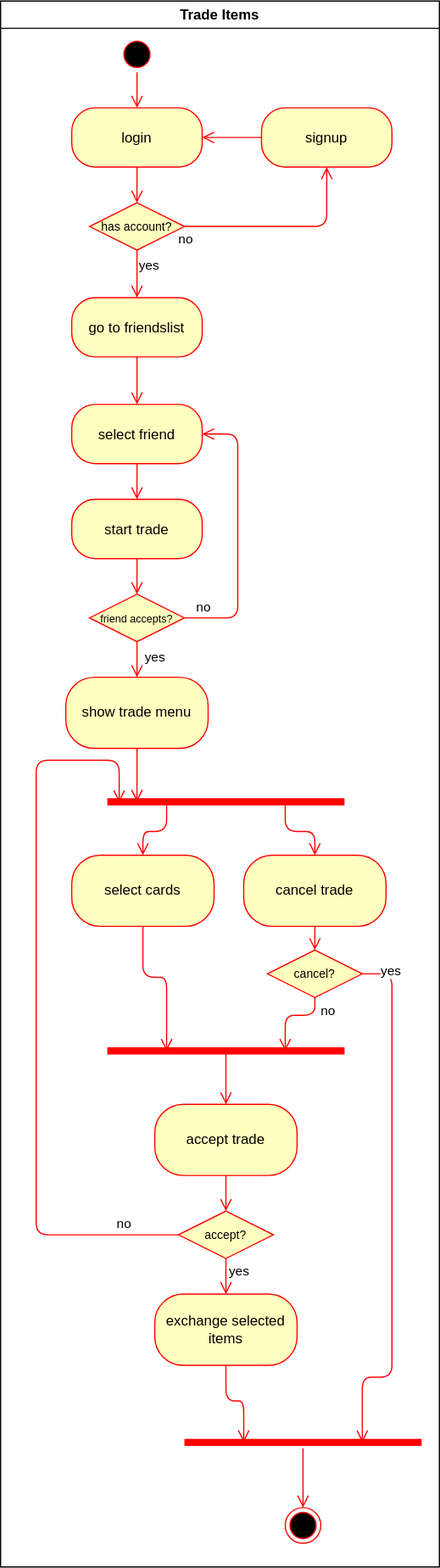
The draw.io diagram diagrams/activity_trade_items.drawio.svg in i3ene/decksterous, before a commit. Source tidied: cells renumbered, new cells last; positions are measured from the earlier drawing's top-left corner, leaving out a move shared by most shapes.
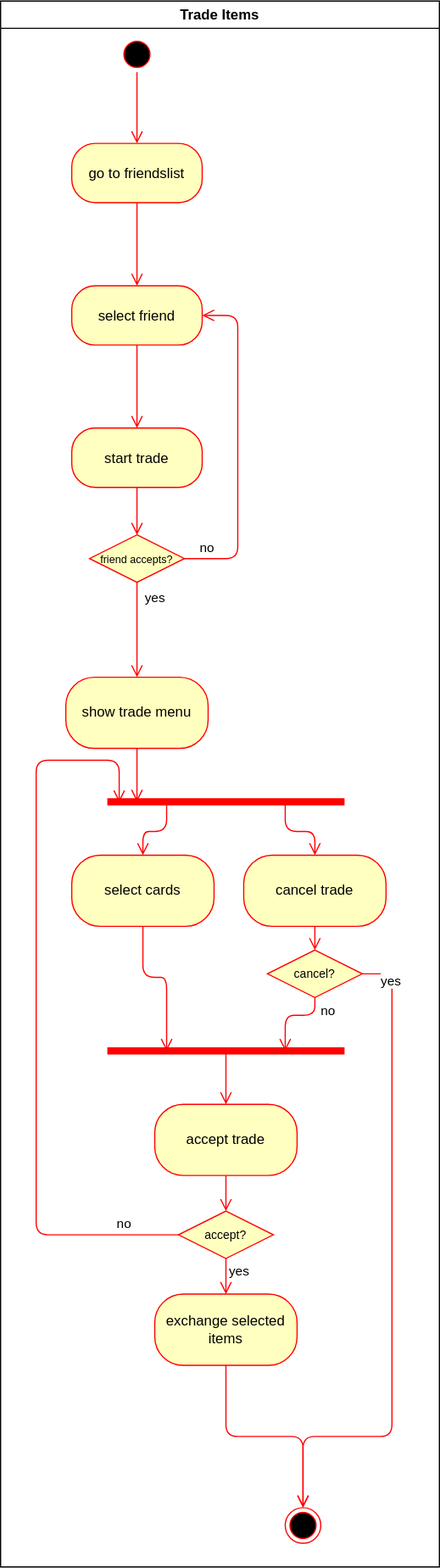
The same file after the commit.

What changed in the source:
```diff
@@ -8,42 +8,16 @@
     <mxCell id="3" style="ellipse;shape=startState;fillColor=#000000;strokeColor=#ff0000;" parent="2" vertex="1">
       <mxGeometry x="100" y="30" width="30" height="30" as="geometry" />
     </mxCell>
-    <mxCell id="4" value="login" style="perimeter=rectanglePerimeter;fillColor=#ffffc0;strokeColor=#ff0000;fontColor=#000000;rounded=1;arcSize=40;" parent="2" vertex="1">
-      <mxGeometry x="60" y="90" width="110" height="50" as="geometry" />
-    </mxCell>
     <mxCell id="5" style="edgeStyle=none;html=1;endArrow=open;align=left;verticalAlign=top;strokeColor=#ff0000;endSize=8;" parent="2" edge="1" source="6" target="18">
       <mxGeometry relative="1" as="geometry" />
     </mxCell>
     <mxCell id="6" value="go to friendslist" style="perimeter=rectanglePerimeter;fillColor=#ffffc0;strokeColor=#ff0000;fontColor=#000000;rounded=1;arcSize=40;" parent="2" vertex="1">
-      <mxGeometry x="60" y="250" width="110" height="50" as="geometry" />
+      <mxGeometry x="60" y="120" width="110" height="50" as="geometry" />
     </mxCell>
-    <mxCell id="7" value="signup" style="perimeter=rectanglePerimeter;fillColor=#ffffc0;strokeColor=#ff0000;fontColor=#000000;rounded=1;arcSize=40;" parent="2" vertex="1">
-      <mxGeometry x="220" y="90" width="110" height="50" as="geometry" />
-    </mxCell>
-    <mxCell id="8" value="&lt;font style=&quot;font-size: 10px&quot;&gt;has account?&lt;/font&gt;" style="rhombus;whiteSpace=wrap;html=1;fillColor=#ffffc0;strokeColor=#ff0000;" parent="2" vertex="1">
-      <mxGeometry x="75" y="170" width="80" height="40" as="geometry" />
-    </mxCell>
-    <mxCell id="9" value="yes" style="edgeStyle=orthogonalEdgeStyle;html=1;align=left;verticalAlign=top;endArrow=open;endSize=8;strokeColor=#ff0000;exitX=0.5;exitY=1;exitDx=0;exitDy=0;entryX=0.5;entryY=0;entryDx=0;entryDy=0;" parent="2" edge="1" source="8" target="6">
-      <mxGeometry x="-1" relative="1" as="geometry" />
-    </mxCell>
-    <mxCell id="10" style="edgeStyle=orthogonalEdgeStyle;html=1;align=left;verticalAlign=top;endArrow=open;endSize=8;strokeColor=#ff0000;exitX=1;exitY=0.5;exitDx=0;exitDy=0;entryX=0.5;entryY=1;entryDx=0;entryDy=0;" parent="2" edge="1" source="8" target="7">
-      <mxGeometry x="-1" relative="1" as="geometry" />
-    </mxCell>
-    <mxCell id="11" value="no" style="edgeLabel;html=1;align=center;verticalAlign=middle;" parent="10" vertex="1">
-      <mxGeometry x="-0.71" y="-1" relative="1" as="geometry">
-        <mxPoint x="-25" y="9" as="offset" />
-      </mxGeometry>
-    </mxCell>
-    <mxCell id="12" style="edgeStyle=orthogonalEdgeStyle;html=1;align=left;verticalAlign=top;endArrow=open;endSize=8;strokeColor=#ff0000;exitX=0;exitY=0.5;exitDx=0;exitDy=0;entryX=1;entryY=0.5;entryDx=0;entryDy=0;" parent="2" edge="1" source="7" target="4">
-      <mxGeometry x="-1" relative="1" as="geometry" />
-    </mxCell>
-    <mxCell id="13" style="edgeStyle=orthogonalEdgeStyle;html=1;align=left;verticalAlign=top;endArrow=open;endSize=8;strokeColor=#ff0000;exitX=0.5;exitY=1;exitDx=0;exitDy=0;entryX=0.5;entryY=0;entryDx=0;entryDy=0;" parent="2" edge="1" source="3" target="4">
+    <mxCell id="13" style="edgeStyle=orthogonalEdgeStyle;html=1;align=left;verticalAlign=top;endArrow=open;endSize=8;strokeColor=#ff0000;exitX=0.5;exitY=1;exitDx=0;exitDy=0;entryX=0.5;entryY=0;entryDx=0;entryDy=0;" parent="2" edge="1" source="3" target="6">
       <mxGeometry x="-1" relative="1" as="geometry" />
     </mxCell>
-    <mxCell id="14" style="edgeStyle=orthogonalEdgeStyle;html=1;align=left;verticalAlign=top;endArrow=open;endSize=8;strokeColor=#ff0000;exitX=0.5;exitY=1;exitDx=0;exitDy=0;entryX=0.5;entryY=0;entryDx=0;entryDy=0;" parent="2" edge="1" source="4" target="8">
-      <mxGeometry x="-1" relative="1" as="geometry" />
-    </mxCell>
-    <mxCell id="15" style="edgeStyle=orthogonalEdgeStyle;html=1;verticalAlign=bottom;endArrow=open;endSize=8;strokeColor=#ff0000;exitX=0.5;exitY=1;exitDx=0;exitDy=0;entryX=0.25;entryY=0.5;entryDx=0;entryDy=0;entryPerimeter=0;" parent="2" edge="1" source="41" target="44">
+    <mxCell id="15" style="edgeStyle=orthogonalEdgeStyle;html=1;verticalAlign=bottom;endArrow=open;endSize=8;strokeColor=#ff0000;exitX=0.5;exitY=1;exitDx=0;exitDy=0;entryX=0.5;entryY=0;entryDx=0;entryDy=0;" parent="2" edge="1" source="41" target="16">
       <mxGeometry relative="1" as="geometry" />
     </mxCell>
     <mxCell id="16" style="ellipse;html=1;shape=endState;fillColor=#000000;strokeColor=#ff0000;" parent="2" vertex="1">
@@ -53,22 +27,22 @@
       <mxGeometry relative="1" as="geometry" />
     </mxCell>
     <mxCell id="18" value="select friend" style="perimeter=rectanglePerimeter;fillColor=#ffffc0;strokeColor=#ff0000;fontColor=#000000;rounded=1;arcSize=40;" parent="2" vertex="1">
-      <mxGeometry x="60" y="340" width="110" height="50" as="geometry" />
+      <mxGeometry x="60" y="240" width="110" height="50" as="geometry" />
     </mxCell>
     <mxCell id="19" value="start trade" style="perimeter=rectanglePerimeter;fillColor=#ffffc0;strokeColor=#ff0000;fontColor=#000000;rounded=1;arcSize=40;" parent="2" vertex="1">
-      <mxGeometry x="60" y="420" width="110" height="50" as="geometry" />
+      <mxGeometry x="60" y="360" width="110" height="50" as="geometry" />
     </mxCell>
     <mxCell id="20" value="yes" style="edgeStyle=none;html=1;endArrow=open;align=left;verticalAlign=top;strokeColor=#ff0000;endSize=8;" parent="2" edge="1" source="21" target="25">
       <mxGeometry x="-1" y="5" relative="1" as="geometry" />
     </mxCell>
     <mxCell id="21" value="&lt;font style=&quot;font-size: 9px&quot;&gt;friend accepts?&lt;/font&gt;" style="rhombus;whiteSpace=wrap;html=1;fillColor=#ffffc0;strokeColor=#ff0000;" parent="2" vertex="1">
-      <mxGeometry x="75" y="500" width="80" height="40" as="geometry" />
+      <mxGeometry x="75" y="450" width="80" height="40" as="geometry" />
     </mxCell>
     <mxCell id="22" style="edgeStyle=orthogonalEdgeStyle;html=1;verticalAlign=bottom;endArrow=open;endSize=8;strokeColor=#ff0000;exitX=1;exitY=0.5;exitDx=0;exitDy=0;entryX=1;entryY=0.5;entryDx=0;entryDy=0;" parent="2" edge="1" source="21" target="18">
       <mxGeometry relative="1" as="geometry">
         <Array as="points">
-          <mxPoint x="200" y="520" />
-          <mxPoint x="200" y="365" />
+          <mxPoint x="200" y="470" />
+          <mxPoint x="200" y="265" />
         </Array>
       </mxGeometry>
     </mxCell>
@@ -104,12 +78,12 @@
     <mxCell id="32" style="edgeStyle=none;html=1;endArrow=open;align=left;verticalAlign=top;strokeColor=#ff0000;endSize=8;exitX=0.5;exitY=1;exitDx=0;exitDy=0;" parent="2" edge="1" source="29" target="31">
       <mxGeometry relative="1" as="geometry" />
     </mxCell>
-    <mxCell id="33" style="edgeStyle=orthogonalEdgeStyle;html=1;verticalAlign=bottom;endArrow=open;endSize=8;strokeColor=#ff0000;exitX=1;exitY=0.5;exitDx=0;exitDy=0;entryX=0.75;entryY=0.5;entryDx=0;entryDy=0;entryPerimeter=0;" parent="2" edge="1" source="31" target="44">
+    <mxCell id="33" style="edgeStyle=orthogonalEdgeStyle;html=1;verticalAlign=bottom;endArrow=open;endSize=8;strokeColor=#ff0000;exitX=1;exitY=0.5;exitDx=0;exitDy=0;entryX=0.5;entryY=0;entryDx=0;entryDy=0;" parent="2" edge="1" source="31" target="16">
       <mxGeometry relative="1" as="geometry">
         <Array as="points">
           <mxPoint x="330" y="820" />
-          <mxPoint x="330" y="1160" />
-          <mxPoint x="305" y="1160" />
+          <mxPoint x="330" y="1210" />
+          <mxPoint x="255" y="1210" />
         </Array>
       </mxGeometry>
     </mxCell>
@@ -155,12 +129,6 @@
         <mxPoint x="10" y="3" as="offset" />
       </mxGeometry>
     </mxCell>
-    <mxCell id="44" style="shape=line;html=1;strokeWidth=6;strokeColor=#ff0000;" parent="2" vertex="1">
-      <mxGeometry x="155" y="1210" width="200" height="10" as="geometry" />
-    </mxCell>
-    <mxCell id="45" style="edgeStyle=none;html=1;endArrow=open;align=left;verticalAlign=top;strokeColor=#ff0000;endSize=8;entryX=0.5;entryY=0;entryDx=0;entryDy=0;" parent="2" edge="1" source="44" target="16">
-      <mxGeometry relative="1" as="geometry" />
-    </mxCell>
     <mxCell id="46" style="edgeStyle=orthogonalEdgeStyle;html=1;verticalAlign=bottom;endArrow=open;endSize=8;strokeColor=#ff0000;exitX=0.25;exitY=0.5;exitDx=0;exitDy=0;entryX=0.5;entryY=0;entryDx=0;entryDy=0;exitPerimeter=0;" parent="2" edge="1" source="26" target="28">
       <mxGeometry relative="1" as="geometry">
         <Array as="points">
```
